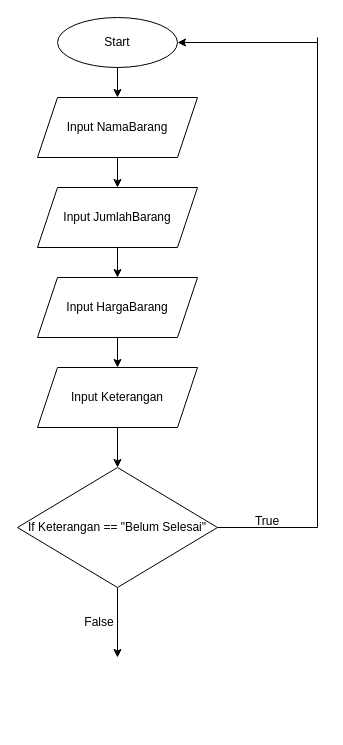
Above: Flowchart.drawio in ahmadf111/ahmad_fajri-aplikasi_mesin_kasir (draw.io), before the change. Source tidied: cells renumbered, new cells numbered last; positions are measured from the earlier drawing's top-left corner, leaving out a move shared by most shapes. Both pictures are drawn from the tidied source at 100%, with x=0, y=0 at pixel (17, 17).
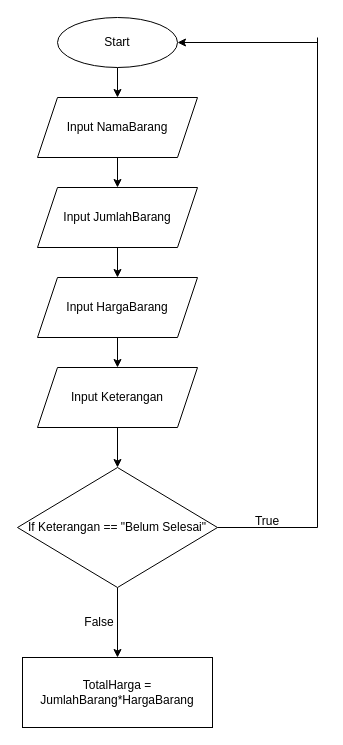
The same page after the edit.

Commit message:
Menambahkan variabel TotalHarga & Proses Menghitung TotalHarga pada Flowchart

Unchanged cells that the change refers to:
```xml
<mxCell id="13" value="If Keterangan == &quot;Belum Selesai&quot;" style="rhombus;whiteSpace=wrap;html=1;" parent="1" vertex="1">
  <mxGeometry y="450" width="200" height="120" as="geometry" />
</mxCell>
```

Diff of the diagram source:
```diff
@@
-    <mxCell id="12" style="edgeStyle=none;html=1;exitX=0.5;exitY=1;exitDx=0;exitDy=0;" parent="1" edge="1" source="13">
-      <mxGeometry relative="1" as="geometry">
-        <mxPoint x="100" y="640" as="targetPoint" />
-      </mxGeometry>
+    <mxCell id="12" style="edgeStyle=none;html=1;exitX=0.5;exitY=1;exitDx=0;exitDy=0;entryX=0.5;entryY=0;entryDx=0;entryDy=0;" parent="1" edge="1" source="13" target="19">
+      <mxGeometry relative="1" as="geometry" />
     </mxCell>
@@
+    <mxCell id="19" value="TotalHarga = JumlahBarang*HargaBarang" style="rounded=0;whiteSpace=wrap;html=1;" parent="1" vertex="1">
+      <mxGeometry x="5" y="640" width="190" height="70" as="geometry" />
+    </mxCell>
```
